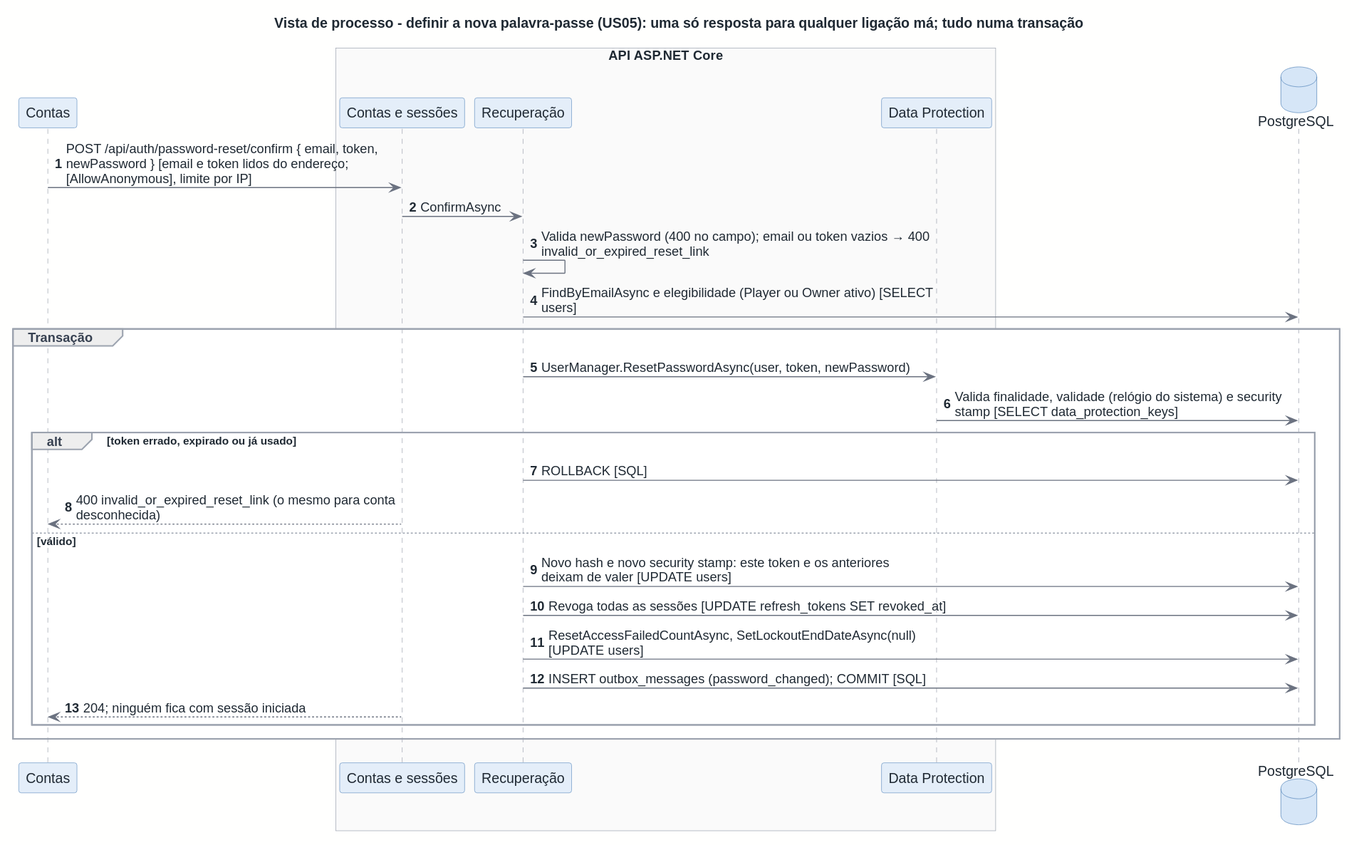
This is docs/architecture/out/process-reset-confirm.svg from rodrigo4sousa/SportsEstablishments, a PlantUML export, as it was before one commit.
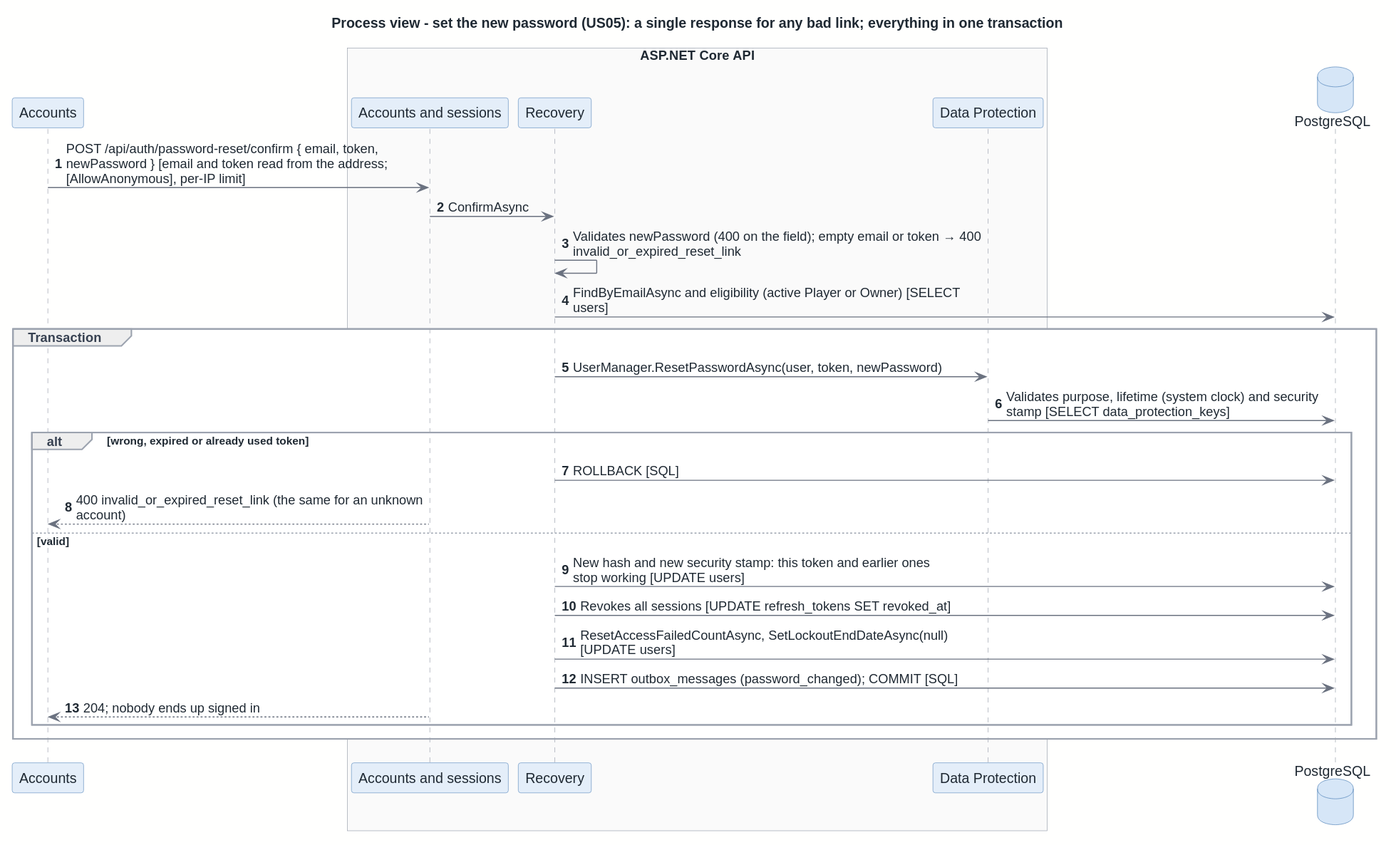
Later version of the same file.

Change to the diagram source:
```diff
@@ -1,33 +1,33 @@
 @startuml
 !include ../style.puml
 
-title Vista de processo - definir a nova palavra-passe (US05): uma só resposta para qualquer ligação má; tudo numa transação
+title Process view - set the new password (US05): a single response for any bad link; everything in one transaction
 autonumber
 
-participant "Contas" as WEB_F_AUTH
-box "API ASP.NET Core"
-  participant "Contas e sessões" as API_AUTH
-  participant "Recuperação" as API_AUTH_RESET
+participant "Accounts" as WEB_F_AUTH
+box "ASP.NET Core API"
+  participant "Accounts and sessions" as API_AUTH
+  participant "Recovery" as API_AUTH_RESET
   participant "Data Protection" as CC_DATAPROT
 end box
 database "PostgreSQL" as C_DB
 
-WEB_F_AUTH -> API_AUTH : POST /api/auth/password-reset/confirm { email, token,\nnewPassword } [email e token lidos do endereço;\n[AllowAnonymous], limite por IP]
+WEB_F_AUTH -> API_AUTH : POST /api/auth/password-reset/confirm { email, token,\nnewPassword } [email and token read from the address;\n[AllowAnonymous], per-IP limit]
 API_AUTH -> API_AUTH_RESET : ConfirmAsync
-API_AUTH_RESET -> API_AUTH_RESET : Valida newPassword (400 no campo); email ou token vazios → 400\ninvalid_or_expired_reset_link
-API_AUTH_RESET -> C_DB : FindByEmailAsync e elegibilidade (Player ou Owner ativo) [SELECT\nusers]
-group Transação
+API_AUTH_RESET -> API_AUTH_RESET : Validates newPassword (400 on the field); empty email or token → 400\ninvalid_or_expired_reset_link
+API_AUTH_RESET -> C_DB : FindByEmailAsync and eligibility (active Player or Owner) [SELECT\nusers]
+group Transaction
   API_AUTH_RESET -> CC_DATAPROT : UserManager.ResetPasswordAsync(user, token, newPassword)
-  CC_DATAPROT -> C_DB : Valida finalidade, validade (relógio do sistema) e security\nstamp [SELECT data_protection_keys]
-  alt token errado, expirado ou já usado
+  CC_DATAPROT -> C_DB : Validates purpose, lifetime (system clock) and security\nstamp [SELECT data_protection_keys]
+  alt wrong, expired or already used token
     API_AUTH_RESET -> C_DB : ROLLBACK [SQL]
-    API_AUTH --> WEB_F_AUTH : 400 invalid_or_expired_reset_link (o mesmo para conta\ndesconhecida)
-  else válido
-    API_AUTH_RESET -> C_DB : Novo hash e novo security stamp: este token e os anteriores\ndeixam de valer [UPDATE users]
-    API_AUTH_RESET -> C_DB : Revoga todas as sessões [UPDATE refresh_tokens SET revoked_at]
+    API_AUTH --> WEB_F_AUTH : 400 invalid_or_expired_reset_link (the same for an unknown\naccount)
+  else valid
+    API_AUTH_RESET -> C_DB : New hash and new security stamp: this token and earlier ones\nstop working [UPDATE users]
+    API_AUTH_RESET -> C_DB : Revokes all sessions [UPDATE refresh_tokens SET revoked_at]
     API_AUTH_RESET -> C_DB : ResetAccessFailedCountAsync, SetLockoutEndDateAsync(null)\n[UPDATE users]
     API_AUTH_RESET -> C_DB : INSERT outbox_messages (password_changed); COMMIT [SQL]
-    API_AUTH --> WEB_F_AUTH : 204; ninguém fica com sessão iniciada
+    API_AUTH --> WEB_F_AUTH : 204; nobody ends up signed in
   end
 end
 @enduml
```
